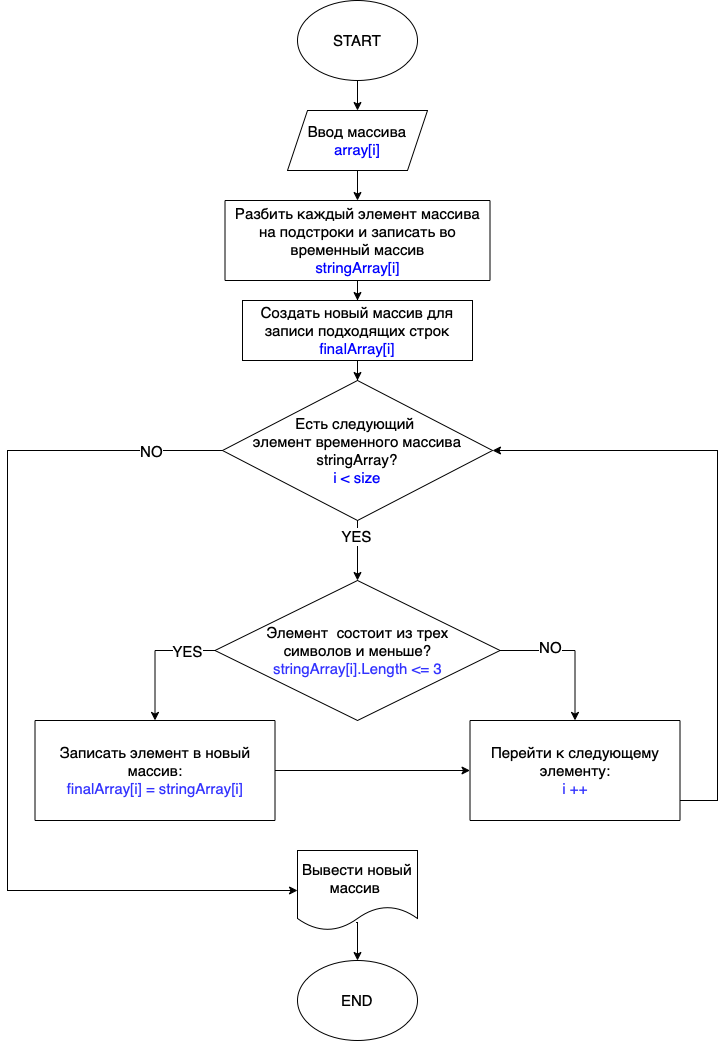
ie-katerinai/FinalWork keeps this draw.io diagram as Diagram.png. Above is the earlier version. Source tidied: cells renumbered, new cells last; positions are measured from the earlier drawing's top-left corner, leaving out a move shared by most shapes.
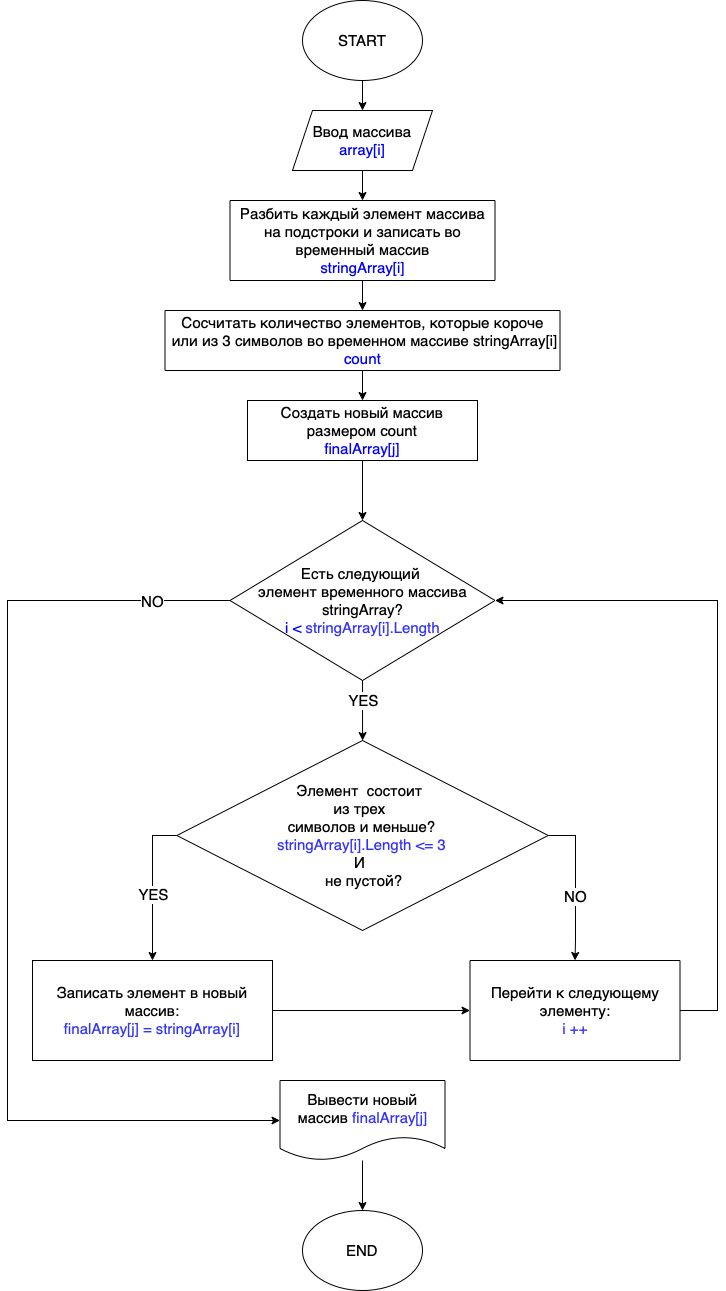
Later version of the same file.

Change to the diagram source:
```diff
@@ -14,76 +14,78 @@
     <mxCell id="5" value="Ввод массива&lt;br&gt;&lt;font color=&quot;#0000ff&quot;&gt;array[i]&lt;/font&gt;" style="shape=parallelogram;perimeter=parallelogramPerimeter;whiteSpace=wrap;html=1;fixedSize=1;fontSize=15;" parent="1" vertex="1">
       <mxGeometry x="280" y="110" width="140" height="60" as="geometry" />
     </mxCell>
-    <mxCell id="6" style="edgeStyle=orthogonalEdgeStyle;rounded=0;jettySize=auto;html=1;fontSize=15;" parent="1" edge="1" source="7" target="14">
+    <mxCell id="6" style="edgeStyle=orthogonalEdgeStyle;rounded=0;jettySize=auto;html=1;fontSize=15;exitX=0.5;exitY=1;exitDx=0;exitDy=0;" parent="1" edge="1" source="28" target="14">
       <mxGeometry relative="1" as="geometry" />
     </mxCell>
+    <mxCell id="27" style="edgeStyle=orthogonalEdgeStyle;rounded=0;jettySize=auto;html=1;fontSize=15;fontColor=#000000;" parent="1" edge="1" source="7" target="28">
+      <mxGeometry relative="1" as="geometry" />
+    </mxCell>
     <mxCell id="7" value="Разбить каждый элемент массива на подстроки и записать во временный массив&lt;br&gt;&lt;font color=&quot;#0000ff&quot;&gt;stringArray[i]&lt;/font&gt;" style="rounded=0;whiteSpace=wrap;html=1;fontSize=15;" parent="1" vertex="1">
       <mxGeometry x="217.5" y="200" width="265" height="80" as="geometry" />
     </mxCell>
+    <mxCell id="10" style="edgeStyle=orthogonalEdgeStyle;rounded=0;jettySize=auto;html=1;entryX=0.5;entryY=0;entryDx=0;entryDy=0;fontSize=15;exitX=0;exitY=0.5;exitDx=0;exitDy=0;" parent="1" edge="1" source="12" target="18">
+      <mxGeometry relative="1" as="geometry">
+        <Array as="points">
+          <mxPoint x="140" y="835" />
+        </Array>
+      </mxGeometry>
+    </mxCell>
+    <mxCell id="11" value="YES" style="edgeLabel;html=1;align=center;verticalAlign=middle;fontSize=15;" parent="10" vertex="1">
+      <mxGeometry x="-0.41" y="-4" relative="1" as="geometry">
+        <mxPoint x="4" y="39" as="offset" />
+      </mxGeometry>
+    </mxCell>
-    <mxCell id="8" style="edgeStyle=orthogonalEdgeStyle;rounded=0;jettySize=auto;html=1;entryX=0.5;entryY=0;entryDx=0;entryDy=0;fontSize=15;" parent="1" edge="1" source="12" target="16">
+    <mxCell id="8" style="edgeStyle=orthogonalEdgeStyle;rounded=0;jettySize=auto;html=1;entryX=0.5;entryY=0;entryDx=0;entryDy=0;fontSize=15;fontColor=#000000;" parent="1" edge="1" source="12" target="16">
       <mxGeometry relative="1" as="geometry">
         <Array as="points">
-          <mxPoint x="567.5" y="650" />
+          <mxPoint x="563" y="835" />
+          <mxPoint x="563" y="940" />
         </Array>
       </mxGeometry>
     </mxCell>
-    <mxCell id="9" value="NO" style="edgeLabel;html=1;align=center;verticalAlign=middle;fontSize=15;" parent="8" vertex="1">
-      <mxGeometry x="-0.32" y="2" relative="1" as="geometry">
-        <mxPoint y="-2" as="offset" />
-      </mxGeometry>
+    <mxCell id="9" value="NO" style="edgeLabel;html=1;align=center;verticalAlign=middle;fontSize=15;fontColor=#000000;" parent="8" vertex="1">
+      <mxGeometry x="0.16" y="-1" relative="1" as="geometry" />
     </mxCell>
-    <mxCell id="10" style="edgeStyle=orthogonalEdgeStyle;rounded=0;jettySize=auto;html=1;entryX=0.5;entryY=0;entryDx=0;entryDy=0;fontSize=15;" parent="1" edge="1" source="12" target="18">
-      <mxGeometry relative="1" as="geometry">
-        <Array as="points">
-          <mxPoint x="147.5" y="650" />
-        </Array>
-      </mxGeometry>
-    </mxCell>
-    <mxCell id="11" value="YES" style="edgeLabel;html=1;align=center;verticalAlign=middle;fontSize=15;" parent="10" vertex="1">
-      <mxGeometry x="-0.41" y="-4" relative="1" as="geometry">
-        <mxPoint x="11" y="4" as="offset" />
-      </mxGeometry>
-    </mxCell>
-    <mxCell id="12" value="Элемент &amp;nbsp;состоит из трех &lt;br&gt;символов и меньше?&lt;br&gt;&lt;font color=&quot;#3333ff&quot;&gt;stringArray[i].Length &amp;lt;= 3&lt;/font&gt;" style="rhombus;whiteSpace=wrap;html=1;fontSize=15;" parent="1" vertex="1">
-      <mxGeometry x="207.5" y="580" width="285" height="140" as="geometry" />
+    <mxCell id="12" value="Элемент &amp;nbsp;состоит &lt;br&gt;из трех &lt;br&gt;символов и меньше?&lt;br&gt;&lt;font color=&quot;#3333ff&quot;&gt;stringArray[i].Length &amp;lt;= 3&lt;/font&gt;&lt;br&gt;И&amp;nbsp;&lt;br&gt;&amp;nbsp;не пустой?" style="rhombus;whiteSpace=wrap;html=1;fontSize=15;" parent="1" vertex="1">
+      <mxGeometry x="164.4" y="740" width="371.2" height="190" as="geometry" />
     </mxCell>
     <mxCell id="13" style="edgeStyle=orthogonalEdgeStyle;rounded=0;jettySize=auto;html=1;fontSize=15;" parent="1" edge="1" source="14" target="26">
       <mxGeometry relative="1" as="geometry" />
     </mxCell>
-    <mxCell id="14" value="Создать новый массив для записи подходящих строк&lt;br&gt;&lt;font color=&quot;#0000ff&quot;&gt;finalArray[i]&lt;/font&gt;" style="rounded=0;whiteSpace=wrap;html=1;fontSize=15;" parent="1" vertex="1">
-      <mxGeometry x="235" y="300" width="230" height="60" as="geometry" />
+    <mxCell id="14" value="Создать новый массив размером count&lt;br&gt;&lt;font color=&quot;#0000ff&quot;&gt;finalArray[j]&lt;/font&gt;" style="rounded=0;whiteSpace=wrap;html=1;fontSize=15;" parent="1" vertex="1">
+      <mxGeometry x="235" y="400" width="230" height="60" as="geometry" />
     </mxCell>
     <mxCell id="15" style="edgeStyle=orthogonalEdgeStyle;rounded=0;jettySize=auto;html=1;fontSize=15;fontColor=#000000;entryX=1;entryY=0.5;entryDx=0;entryDy=0;" parent="1" edge="1" source="16" target="26">
       <mxGeometry relative="1" as="geometry">
         <Array as="points">
-          <mxPoint x="710" y="800" />
-          <mxPoint x="710" y="450" />
+          <mxPoint x="705" y="1010" />
+          <mxPoint x="705" y="600" />
         </Array>
       </mxGeometry>
     </mxCell>
     <mxCell id="16" value="Перейти к следующему элементу:&lt;br&gt;&lt;font color=&quot;#3333ff&quot;&gt;i ++&lt;/font&gt;" style="rounded=0;whiteSpace=wrap;html=1;fontSize=15;" parent="1" vertex="1">
-      <mxGeometry x="462.5" y="720" width="210" height="100" as="geometry" />
+      <mxGeometry x="457.5" y="960" width="210" height="100" as="geometry" />
     </mxCell>
     <mxCell id="17" style="edgeStyle=orthogonalEdgeStyle;rounded=0;jettySize=auto;html=1;entryX=0;entryY=0.5;entryDx=0;entryDy=0;fontSize=15;fontColor=#000000;" parent="1" edge="1" source="18" target="16">
       <mxGeometry relative="1" as="geometry" />
     </mxCell>
-    <mxCell id="18" value="Записать элемент в новый массив:&lt;br&gt;&lt;font color=&quot;#3333ff&quot;&gt;finalArray[i] = stringArray[i]&lt;br&gt;&lt;/font&gt;" style="rounded=0;whiteSpace=wrap;html=1;fontSize=15;" parent="1" vertex="1">
-      <mxGeometry x="27.5" y="720" width="240" height="100" as="geometry" />
+    <mxCell id="18" value="Записать элемент в новый массив:&lt;br&gt;&lt;font color=&quot;#3333ff&quot;&gt;finalArray[j] = stringArray[i]&lt;br&gt;&lt;/font&gt;" style="rounded=0;whiteSpace=wrap;html=1;fontSize=15;" parent="1" vertex="1">
+      <mxGeometry x="20" y="960" width="240" height="100" as="geometry" />
     </mxCell>
-    <mxCell id="19" style="edgeStyle=orthogonalEdgeStyle;rounded=0;jettySize=auto;html=1;entryX=0.5;entryY=0;entryDx=0;entryDy=0;fontSize=15;exitX=0.488;exitY=0.9;exitDx=0;exitDy=0;exitPerimeter=0;" parent="1" edge="1" source="20" target="21">
+    <mxCell id="19" style="edgeStyle=orthogonalEdgeStyle;rounded=0;jettySize=auto;html=1;fontSize=15;fontColor=#000000;" parent="1" edge="1" source="20" target="21">
       <mxGeometry relative="1" as="geometry" />
     </mxCell>
-    <mxCell id="20" value="Вывести новый массив&amp;nbsp;" style="shape=document;whiteSpace=wrap;html=1;boundedLbl=1;fontSize=15;" parent="1" vertex="1">
-      <mxGeometry x="290" y="850" width="120" height="80" as="geometry" />
+    <mxCell id="20" value="Вывести новый массив&amp;nbsp;&lt;span style=&quot;caret-color: rgb(51, 51, 255); color: rgb(51, 51, 255);&quot;&gt;finalArray[j]&lt;/span&gt;" style="shape=document;whiteSpace=wrap;html=1;boundedLbl=1;fontSize=15;" parent="1" vertex="1">
+      <mxGeometry x="267.5" y="1080" width="165" height="80" as="geometry" />
     </mxCell>
     <mxCell id="21" value="END" style="ellipse;whiteSpace=wrap;html=1;fontSize=15;" parent="1" vertex="1">
-      <mxGeometry x="290" y="960" width="120" height="80" as="geometry" />
+      <mxGeometry x="290" y="1210" width="120" height="80" as="geometry" />
     </mxCell>
     <mxCell id="22" style="edgeStyle=orthogonalEdgeStyle;rounded=0;jettySize=auto;html=1;entryX=0;entryY=0.5;entryDx=0;entryDy=0;fontSize=15;" parent="1" edge="1" source="26" target="20">
       <mxGeometry relative="1" as="geometry">
         <Array as="points">
-          <mxPoint y="450" />
-          <mxPoint y="890" />
+          <mxPoint x="-5" y="600" />
+          <mxPoint x="-5" y="1120" />
         </Array>
       </mxGeometry>
     </mxCell>
@@ -97,11 +99,14 @@
     </mxCell>
     <mxCell id="25" value="YES" style="edgeLabel;html=1;align=center;verticalAlign=middle;fontSize=15;fontColor=#000000;" parent="24" vertex="1">
       <mxGeometry y="3" relative="1" as="geometry">
-        <mxPoint x="-5" y="-15" as="offset" />
+        <mxPoint x="-3" y="-10" as="offset" />
       </mxGeometry>
     </mxCell>
-    <mxCell id="26" value="Есть следующий &lt;br&gt;элемент временного массива stringArray?&lt;br&gt;&lt;font color=&quot;#0000ff&quot;&gt;i &amp;lt; size&lt;/font&gt;" style="rhombus;whiteSpace=wrap;html=1;fontSize=15;" parent="1" vertex="1">
-      <mxGeometry x="215" y="380" width="270" height="140" as="geometry" />
+    <mxCell id="26" value="Есть следующий &lt;br&gt;элемент временного массива stringArray?&lt;br&gt;&lt;font color=&quot;#0000ff&quot;&gt;i &amp;lt;&amp;nbsp;&lt;/font&gt;&lt;span style=&quot;caret-color: rgb(51, 51, 255); color: rgb(51, 51, 255);&quot;&gt;stringArray[i].Length&lt;/span&gt;" style="rhombus;whiteSpace=wrap;html=1;fontSize=15;" parent="1" vertex="1">
+      <mxGeometry x="217.5" y="520" width="265" height="160" as="geometry" />
     </mxCell>
+    <mxCell id="28" value="Сосчитать количество элементов, которые короче &amp;nbsp;или из 3 символов во временном массиве stringArray[i]&lt;br&gt;&lt;font color=&quot;#0000ff&quot;&gt;count&lt;/font&gt;" style="rounded=0;whiteSpace=wrap;html=1;fontSize=15;fontColor=#000000;" parent="1" vertex="1">
+      <mxGeometry x="152.5" y="310" width="395" height="60" as="geometry" />
+    </mxCell>
   </root>
 </mxGraphModel>
```
